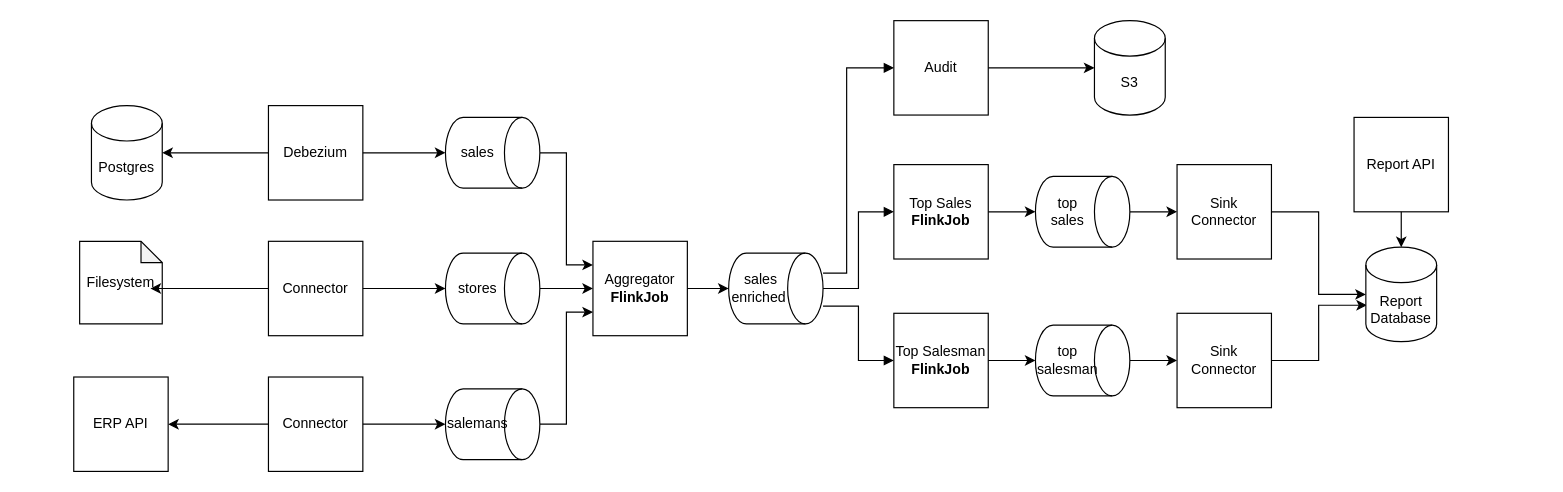
Earlier version of the draw.io diagram 2026-03-23-data-kata/docs/Kata - Data Architecture.drawio (brunohaetinger/green-team). Source tidied: cells renumbered, new cells numbered last; positions are measured from the earlier drawing's top-left corner, leaving out a move shared by most shapes. Both pictures are drawn from the tidied source at 118%, with x=0, y=0 at pixel (73, 20).
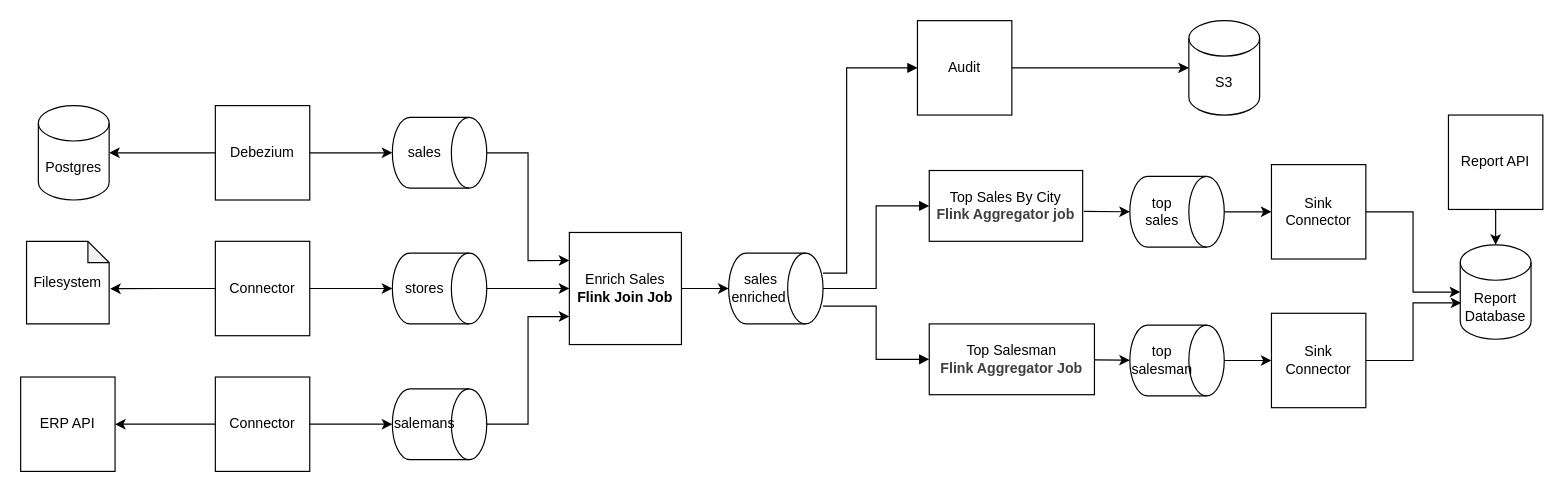
The same page after the edit.

Commit message (it also covers changes not shown here):
atualizado diagrama

The change refers to these unchanged cells:
```xml
<mxCell id="22" value="sales enriched&amp;nbsp;" style="shape=cylinder3;whiteSpace=wrap;html=1;boundedLbl=1;backgroundOutline=1;size=15;rotation=90;horizontal=0;" parent="1" vertex="1">
  <mxGeometry x="565" y="187" width="60" height="80" as="geometry" />
</mxCell>
```

The edit, as a diff of the source:
```diff
@@
     <mxCell id="2" value="Postgres" style="shape=cylinder3;whiteSpace=wrap;html=1;boundedLbl=1;backgroundOutline=1;size=15;" parent="1" vertex="1">
-      <mxGeometry x="15" y="72" width="60" height="80" as="geometry" />
+      <mxGeometry x="-30" y="72" width="60" height="80" as="geometry" />
     </mxCell>
     <mxCell id="3" value="Filesystem" style="shape=note;whiteSpace=wrap;html=1;backgroundOutline=1;darkOpacity=0.05;size=18;" parent="1" vertex="1">
-      <mxGeometry x="5" y="187" width="70" height="70" as="geometry" />
+      <mxGeometry x="-40" y="187" width="70" height="70" as="geometry" />
     </mxCell>
     <mxCell id="4" value="ERP API" style="whiteSpace=wrap;html=1;" parent="1" vertex="1">
-      <mxGeometry y="302" width="80" height="80" as="geometry" />
+      <mxGeometry x="-45" y="302" width="80" height="80" as="geometry" />
     </mxCell>
     <mxCell id="5" value="Debezium" style="whiteSpace=wrap;html=1;" parent="1" vertex="1">
-      <mxGeometry x="165" y="72" width="80" height="80" as="geometry" />
+      <mxGeometry x="120" y="72" width="80" height="80" as="geometry" />
     </mxCell>
@@
     <mxCell id="7" value="Connector" style="whiteSpace=wrap;html=1;strokeColor=default;align=center;verticalAlign=middle;fontFamily=Helvetica;fontSize=12;fontColor=default;fillColor=default;" parent="1" vertex="1">
-      <mxGeometry x="165" y="187" width="80" height="80" as="geometry" />
+      <mxGeometry x="120" y="187" width="80" height="80" as="geometry" />
     </mxCell>
-    <mxCell id="8" style="edgeStyle=orthogonalEdgeStyle;rounded=0;jettySize=auto;html=1;exitX=0;exitY=0.5;exitDx=0;exitDy=0;entryX=0.857;entryY=0.571;entryDx=0;entryDy=0;entryPerimeter=0;" parent="1" edge="1" source="7" target="3">
+    <mxCell id="8" style="edgeStyle=orthogonalEdgeStyle;rounded=0;jettySize=auto;html=1;exitX=0;exitY=0.5;exitDx=0;exitDy=0;entryX=1.012;entryY=0.574;entryDx=0;entryDy=0;entryPerimeter=0;" parent="1" edge="1" source="7" target="3">
       <mxGeometry relative="1" as="geometry" />
     </mxCell>
@@
     <mxCell id="10" value="Connector" style="whiteSpace=wrap;html=1;strokeColor=default;align=center;verticalAlign=middle;fontFamily=Helvetica;fontSize=12;fontColor=default;fillColor=default;" parent="1" vertex="1">
-      <mxGeometry x="165" y="302" width="80" height="80" as="geometry" />
+      <mxGeometry x="120" y="302" width="80" height="80" as="geometry" />
     </mxCell>
@@
     <mxCell id="12" value="sales" style="shape=cylinder3;whiteSpace=wrap;html=1;boundedLbl=1;backgroundOutline=1;size=15;rotation=90;horizontal=0;direction=east;textDirection=ltr;" parent="1" vertex="1">
-      <mxGeometry x="325" y="72" width="60" height="80" as="geometry" />
+      <mxGeometry x="280" y="72" width="60" height="80" as="geometry" />
     </mxCell>
@@
-    <mxCell id="14" style="edgeStyle=orthogonalEdgeStyle;rounded=0;jettySize=auto;html=1;entryX=0;entryY=0.5;entryDx=0;entryDy=0;" parent="1" edge="1" source="15" target="21">
+    <mxCell id="14" style="rounded=0;jettySize=auto;html=1;entryX=0;entryY=0.5;entryDx=0;entryDy=0;" parent="1" edge="1" source="15" target="21">
       <mxGeometry relative="1" as="geometry" />
     </mxCell>
     <mxCell id="15" value="stores" style="shape=cylinder3;whiteSpace=wrap;html=1;boundedLbl=1;backgroundOutline=1;size=15;rotation=90;horizontal=0;direction=east;textDirection=ltr;" parent="1" vertex="1">
-      <mxGeometry x="325" y="187" width="60" height="80" as="geometry" />
+      <mxGeometry x="280" y="187" width="60" height="80" as="geometry" />
     </mxCell>
@@
     <mxCell id="17" value="salemans" style="shape=cylinder3;whiteSpace=wrap;html=1;boundedLbl=1;backgroundOutline=1;size=15;rotation=90;horizontal=0;direction=east;textDirection=ltr;" parent="1" vertex="1">
-      <mxGeometry x="325" y="302" width="60" height="80" as="geometry" />
+      <mxGeometry x="280" y="302" width="60" height="80" as="geometry" />
     </mxCell>
@@
-    <mxCell id="21" value="Aggregator&lt;br&gt;&lt;b&gt;FlinkJob&lt;/b&gt;" style="whiteSpace=wrap;html=1;" parent="1" vertex="1">
-      <mxGeometry x="440" y="187" width="80" height="80" as="geometry" />
+    <mxCell id="21" value="Enrich Sales&lt;br&gt;&lt;b&gt;Flink Join Job&lt;/b&gt;" style="whiteSpace=wrap;html=1;" parent="1" vertex="1">
+      <mxGeometry x="420" y="179.5" width="95" height="95" as="geometry" />
     </mxCell>
@@
-    <mxCell id="24" value="Top Sales&lt;br&gt;&lt;b&gt;FlinkJob&lt;/b&gt;" style="whiteSpace=wrap;html=1;" parent="1" vertex="1">
-      <mxGeometry x="695" y="122" width="80" height="80" as="geometry" />
-    </mxCell>
-    <mxCell id="25" value="Top Salesman&lt;br&gt;&lt;b&gt;FlinkJob&lt;/b&gt;" style="whiteSpace=wrap;html=1;" parent="1" vertex="1">
-      <mxGeometry x="695" y="248" width="80" height="80" as="geometry" />
-    </mxCell>
+    <mxCell id="40" style="edgeStyle=orthogonalEdgeStyle;rounded=0;jettySize=auto;html=1;entryX=0.5;entryY=1;entryDx=0;entryDy=0;entryPerimeter=0;" parent="1" edge="1" source="7" target="15">
+      <mxGeometry relative="1" as="geometry" />
+    </mxCell>
+    <mxCell id="41" style="edgeStyle=orthogonalEdgeStyle;rounded=0;jettySize=auto;html=1;entryX=0.5;entryY=1;entryDx=0;entryDy=0;entryPerimeter=0;" parent="1" edge="1" source="10" target="17">
+      <mxGeometry relative="1" as="geometry" />
+    </mxCell>
+    <mxCell id="42" style="edgeStyle=orthogonalEdgeStyle;rounded=0;jettySize=auto;html=1;entryX=0.283;entryY=0;entryDx=0;entryDy=0;entryPerimeter=0;exitX=0;exitY=0.5;exitDx=0;exitDy=0;startArrow=block;startFill=1;endArrow=none;endFill=0;" parent="1" edge="1" source="37" target="22">
+      <mxGeometry relative="1" as="geometry">
+        <Array as="points">
+          <mxPoint x="655" y="40" />
+          <mxPoint x="655" y="214" />
+        </Array>
+      </mxGeometry>
+    </mxCell>
+    <mxCell id="43" style="edgeStyle=orthogonalEdgeStyle;rounded=0;jettySize=auto;html=1;entryX=0.5;entryY=0;entryDx=0;entryDy=0;entryPerimeter=0;startArrow=block;startFill=1;endArrow=none;endFill=0;exitX=0;exitY=0.5;exitDx=0;exitDy=0;" parent="1" edge="1" source="47" target="22">
+      <mxGeometry relative="1" as="geometry" />
+    </mxCell>
+    <mxCell id="44" style="edgeStyle=orthogonalEdgeStyle;rounded=0;jettySize=auto;html=1;entryX=0.75;entryY=0;entryDx=0;entryDy=0;entryPerimeter=0;startArrow=block;startFill=1;endArrow=none;endFill=0;exitX=0;exitY=0.5;exitDx=0;exitDy=0;" parent="1" edge="1" source="48" target="22">
+      <mxGeometry relative="1" as="geometry" />
+    </mxCell>
@@
     <mxCell id="27" value="top sales" style="shape=cylinder3;whiteSpace=wrap;html=1;boundedLbl=1;backgroundOutline=1;size=15;rotation=90;horizontal=0;" parent="1" vertex="1">
-      <mxGeometry x="825" y="122" width="60" height="80" as="geometry" />
+      <mxGeometry x="905" y="122" width="60" height="80" as="geometry" />
     </mxCell>
@@
     <mxCell id="29" value="top salesman" style="shape=cylinder3;whiteSpace=wrap;html=1;boundedLbl=1;backgroundOutline=1;size=15;rotation=90;horizontal=0;" parent="1" vertex="1">
-      <mxGeometry x="825" y="248" width="60" height="80" as="geometry" />
+      <mxGeometry x="905" y="248" width="60" height="80" as="geometry" />
     </mxCell>
     <mxCell id="30" value="Sink Connector" style="whiteSpace=wrap;html=1;strokeColor=default;align=center;verticalAlign=middle;fontFamily=Helvetica;fontSize=12;fontColor=default;fillColor=default;" parent="1" vertex="1">
-      <mxGeometry x="935" y="122" width="80" height="80" as="geometry" />
+      <mxGeometry x="1015" y="122" width="80" height="80" as="geometry" />
     </mxCell>
@@
     <mxCell id="32" value="Sink Connector" style="whiteSpace=wrap;html=1;strokeColor=default;align=center;verticalAlign=middle;fontFamily=Helvetica;fontSize=12;fontColor=default;fillColor=default;" parent="1" vertex="1">
-      <mxGeometry x="935" y="248" width="80" height="80" as="geometry" />
+      <mxGeometry x="1015" y="248" width="80" height="80" as="geometry" />
     </mxCell>
     <mxCell id="33" value="Report Database" style="shape=cylinder3;whiteSpace=wrap;html=1;boundedLbl=1;backgroundOutline=1;size=15;" parent="1" vertex="1">
-      <mxGeometry x="1095" y="192" width="60" height="80" as="geometry" />
+      <mxGeometry x="1175" y="190" width="60" height="80" as="geometry" />
     </mxCell>
@@
     <mxCell id="35" value="Report API" style="whiteSpace=wrap;html=1;strokeColor=default;align=center;verticalAlign=middle;fontFamily=Helvetica;fontSize=12;fontColor=default;fillColor=default;" parent="1" vertex="1">
-      <mxGeometry x="1085" y="82" width="80" height="80" as="geometry" />
+      <mxGeometry x="1165" y="80" width="80" height="80" as="geometry" />
     </mxCell>
@@
     <mxCell id="37" value="Audit" style="whiteSpace=wrap;html=1;" parent="1" vertex="1">
-      <mxGeometry x="695" width="80" height="80" as="geometry" />
+      <mxGeometry x="715" width="80" height="80" as="geometry" />
     </mxCell>
     <mxCell id="38" value="S3" style="shape=cylinder3;whiteSpace=wrap;html=1;boundedLbl=1;backgroundOutline=1;size=15;" parent="1" vertex="1">
-      <mxGeometry x="865" width="60" height="80" as="geometry" />
+      <mxGeometry x="945" width="60" height="80" as="geometry" />
     </mxCell>
-    <mxCell id="39" style="edgeStyle=orthogonalEdgeStyle;rounded=0;jettySize=auto;html=1;entryX=0;entryY=0.5;entryDx=0;entryDy=0;entryPerimeter=0;" parent="1" edge="1" source="37" target="38">
+    <mxCell id="39" style="rounded=0;jettySize=auto;html=1;entryX=0;entryY=0.5;entryDx=0;entryDy=0;entryPerimeter=0;exitX=1;exitY=0.5;exitDx=0;exitDy=0;" parent="1" edge="1" source="37" target="38">
       <mxGeometry relative="1" as="geometry" />
     </mxCell>
-    <mxCell id="40" style="edgeStyle=orthogonalEdgeStyle;rounded=0;jettySize=auto;html=1;entryX=0.5;entryY=1;entryDx=0;entryDy=0;entryPerimeter=0;" parent="1" edge="1" source="7" target="15">
-      <mxGeometry relative="1" as="geometry" />
-    </mxCell>
-    <mxCell id="41" style="edgeStyle=orthogonalEdgeStyle;rounded=0;jettySize=auto;html=1;entryX=0.5;entryY=1;entryDx=0;entryDy=0;entryPerimeter=0;" parent="1" edge="1" source="10" target="17">
-      <mxGeometry relative="1" as="geometry" />
-    </mxCell>
-    <mxCell id="42" style="edgeStyle=orthogonalEdgeStyle;rounded=0;jettySize=auto;html=1;entryX=0.283;entryY=0;entryDx=0;entryDy=0;entryPerimeter=0;exitX=0;exitY=0.5;exitDx=0;exitDy=0;startArrow=block;startFill=1;endArrow=none;endFill=0;" parent="1" edge="1" source="37" target="22">
-      <mxGeometry relative="1" as="geometry">
-        <Array as="points">
-          <mxPoint x="655" y="40" />
-          <mxPoint x="655" y="214" />
-        </Array>
-      </mxGeometry>
-    </mxCell>
-    <mxCell id="43" style="edgeStyle=orthogonalEdgeStyle;rounded=0;jettySize=auto;html=1;entryX=0.5;entryY=0;entryDx=0;entryDy=0;entryPerimeter=0;startArrow=block;startFill=1;endArrow=none;endFill=0;" parent="1" edge="1" source="24" target="22">
-      <mxGeometry relative="1" as="geometry" />
-    </mxCell>
-    <mxCell id="44" style="edgeStyle=orthogonalEdgeStyle;rounded=0;jettySize=auto;html=1;entryX=0.75;entryY=0;entryDx=0;entryDy=0;entryPerimeter=0;startArrow=block;startFill=1;endArrow=none;endFill=0;" parent="1" edge="1" source="25" target="22">
-      <mxGeometry relative="1" as="geometry" />
-    </mxCell>
-    <mxCell id="45" style="edgeStyle=orthogonalEdgeStyle;rounded=0;jettySize=auto;html=1;entryX=0.5;entryY=1;entryDx=0;entryDy=0;entryPerimeter=0;" parent="1" edge="1" source="24" target="27">
+    <mxCell id="45" style="rounded=0;jettySize=auto;html=1;entryX=0.5;entryY=1;entryDx=0;entryDy=0;entryPerimeter=0;exitX=1.008;exitY=0.577;exitDx=0;exitDy=0;exitPerimeter=0;" parent="1" edge="1" source="47" target="27">
       <mxGeometry relative="1" as="geometry" />
     </mxCell>
-    <mxCell id="46" style="edgeStyle=orthogonalEdgeStyle;rounded=0;jettySize=auto;html=1;entryX=0.5;entryY=1;entryDx=0;entryDy=0;entryPerimeter=0;" parent="1" edge="1" source="25" target="29">
-      <mxGeometry relative="1" as="geometry" />
-    </mxCell>
+    <mxCell id="47" value="&lt;span style=&quot;color: rgb(0, 0, 0);&quot;&gt;Top Sales By City&lt;/span&gt;&lt;br style=&quot;color: rgb(63, 63, 63); scrollbar-color: rgb(226, 226, 226) rgb(251, 251, 251);&quot;&gt;&lt;b style=&quot;color: rgb(63, 63, 63); scrollbar-color: rgb(226, 226, 226) rgb(251, 251, 251);&quot;&gt;Flink Aggregator&lt;/b&gt;&lt;b style=&quot;scrollbar-color: rgb(226, 226, 226) rgb(251, 251, 251); background-color: transparent; color: rgb(63, 63, 63);&quot;&gt;&amp;nbsp;job&lt;/b&gt;" style="rounded=0;whiteSpace=wrap;html=1;" parent="1" vertex="1">
+      <mxGeometry x="725" y="127" width="130" height="60" as="geometry" />
+    </mxCell>
+    <mxCell id="48" value="&lt;span style=&quot;color: rgb(0, 0, 0);&quot;&gt;Top Salesman&lt;/span&gt;&lt;br style=&quot;color: rgb(63, 63, 63); scrollbar-color: rgb(226, 226, 226) rgb(251, 251, 251);&quot;&gt;&lt;b style=&quot;color: rgb(63, 63, 63); scrollbar-color: rgb(226, 226, 226) rgb(251, 251, 251);&quot;&gt;Flink Aggregator Job&lt;/b&gt;" style="rounded=0;whiteSpace=wrap;html=1;" parent="1" vertex="1">
+      <mxGeometry x="725" y="257" width="140" height="60" as="geometry" />
+    </mxCell>
+    <mxCell id="49" style="edgeStyle=none;html=1;" parent="1" edge="1" source="48" target="29">
+      <mxGeometry relative="1" as="geometry" />
+    </mxCell>
```
